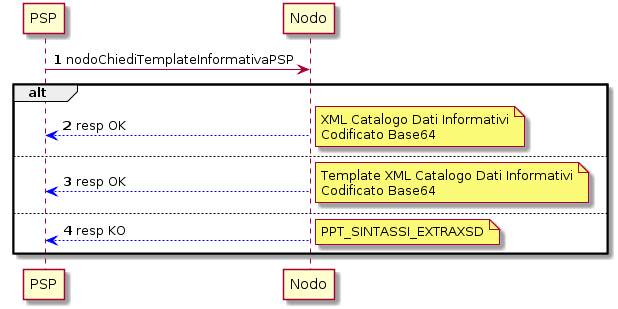
The PlantUML diagram _docs/media_FunzioniStrategieRecupero/media/image7.png in pagopa-archive/pagopa-specifichepagamenti-docs, before a commit.
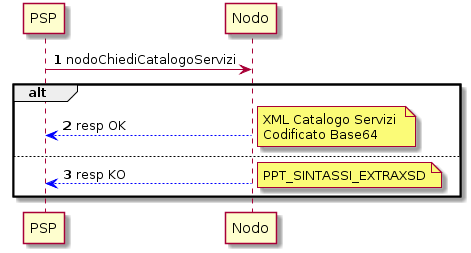
The same file after the commit.

What changed in the source:
```diff
@@ -1,17 +1,13 @@
 @startuml
 autonumber
 
-PSP -> Nodo: nodoChiediTemplateInformativaPSP
+PSP -> Nodo: nodoChiediCatalogoServizi
 alt
 Nodo -[#0000FF]-> PSP:resp OK
-note right: XML Catalogo Dati Informativi\nCodificato Base64
-else
-Nodo -[#0000FF]-> PSP:resp OK
-note right: Template XML Catalogo Dati Informativi\nCodificato Base64
+note right: XML Catalogo Servizi \nCodificato Base64
 else
 Nodo -[#0000FF]-> PSP:resp KO
 note right:PPT_SINTASSI_EXTRAXSD
 
-
 end alt
 @enduml
```
